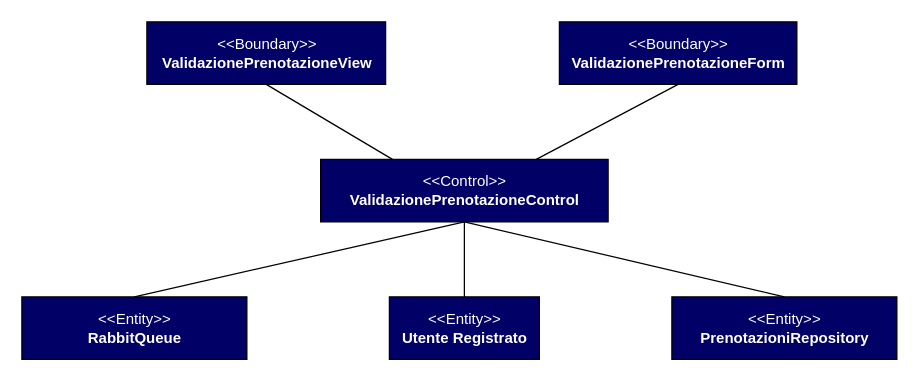
Above: Documenti/RAD/Object Model/Convalidazione Prenotazione/ConvalidaPrenotazione.drawio in Givaa/MedQueue (draw.io), before the change. Source tidied: cells renumbered, new cells numbered last; positions are measured from the earlier drawing's top-left corner, leaving out a move shared by most shapes. Both pictures are drawn from the tidied source at 125%, with x=0, y=0 at pixel (21, 21).
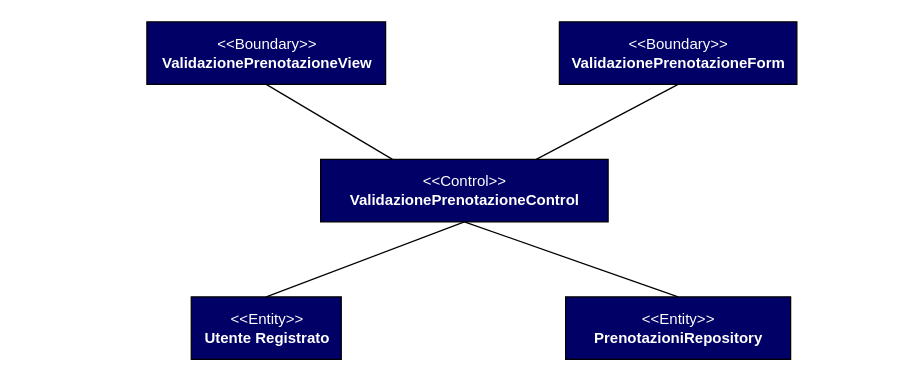
The same diagram, later.

The edit, as a diff of the source:
```diff
@@
 <mxGraphModel>
   <root>
     <mxCell id="0" />
     <mxCell id="1" parent="0" />
     <mxCell id="2" value="&lt;font color=&quot;#ffffff&quot;&gt;&amp;lt;&amp;lt;Entity&amp;gt;&amp;gt;&lt;br&gt;&lt;/font&gt;&lt;div&gt;&lt;b&gt;&lt;font color=&quot;#ffffff&quot;&gt;Utente Registrato&lt;/font&gt;&lt;/b&gt;&lt;br&gt;&lt;/div&gt;" style="html=1;fillColor=#000066;" parent="1" vertex="1">
-      <mxGeometry x="294" y="220" width="120" height="50" as="geometry" />
+      <mxGeometry x="135.5" y="220" width="120" height="50" as="geometry" />
     </mxCell>
     <mxCell id="3" value="&lt;font color=&quot;#ffffff&quot;&gt;&amp;lt;&amp;lt;Control&amp;gt;&amp;gt;&lt;br&gt;&lt;b&gt;Validazione&lt;span&gt;PrenotazioneControl&lt;/span&gt;&lt;/b&gt;&lt;/font&gt;" style="html=1;fillColor=#000066;" parent="1" vertex="1">
       <mxGeometry x="239" y="110" width="230" height="50" as="geometry" />
     </mxCell>
     <mxCell id="4" value="&lt;font color=&quot;#ffffff&quot;&gt;&amp;lt;&amp;lt;Boundary&amp;gt;&amp;gt;&lt;br&gt;&lt;/font&gt;&lt;div&gt;&lt;b&gt;&lt;font color=&quot;#ffffff&quot;&gt;ValidazionePrenotazioneView&lt;/font&gt;&lt;/b&gt;&lt;br&gt;&lt;/div&gt;" style="html=1;fillColor=#000066;" parent="1" vertex="1">
       <mxGeometry x="100" width="191" height="50" as="geometry" />
     </mxCell>
     <mxCell id="5" style="endArrow=none;html=1;entryX=0.5;entryY=1;entryDx=0;entryDy=0;exitX=0.5;exitY=0;exitDx=0;exitDy=0;" parent="1" edge="1" source="2" target="3">
       <mxGeometry relative="1" as="geometry" />
     </mxCell>
     <mxCell id="6" style="endArrow=none;html=1;entryX=0.5;entryY=1;entryDx=0;entryDy=0;exitX=0.25;exitY=0;exitDx=0;exitDy=0;" parent="1" edge="1" source="3" target="4">
       <mxGeometry relative="1" as="geometry" />
     </mxCell>
     <mxCell id="7" style="endArrow=none;html=1;exitX=0.75;exitY=0;exitDx=0;exitDy=0;entryX=0.5;entryY=1;entryDx=0;entryDy=0;" parent="1" edge="1" source="3" target="8">
       <mxGeometry relative="1" as="geometry" />
     </mxCell>
     <mxCell id="8" value="&lt;font color=&quot;#ffffff&quot;&gt;&amp;lt;&amp;lt;Boundary&amp;gt;&amp;gt;&lt;br&gt;&lt;/font&gt;&lt;div&gt;&lt;b&gt;&lt;font color=&quot;#ffffff&quot;&gt;ValidazionePrenotazioneForm&lt;/font&gt;&lt;/b&gt;&lt;br&gt;&lt;/div&gt;" style="html=1;fillColor=#000066;" parent="1" vertex="1">
       <mxGeometry x="430" width="190" height="50" as="geometry" />
     </mxCell>
     <mxCell id="9" style="endArrow=none;html=1;entryX=0.5;entryY=1;entryDx=0;entryDy=0;exitX=0.5;exitY=0;exitDx=0;exitDy=0;" parent="1" edge="1" source="10" target="3">
       <mxGeometry relative="1" as="geometry" />
     </mxCell>
     <mxCell id="10" value="&lt;font color=&quot;#ffffff&quot;&gt;&amp;lt;&amp;lt;Entity&amp;gt;&amp;gt;&lt;br&gt;&lt;/font&gt;&lt;div&gt;&lt;b&gt;&lt;font color=&quot;#ffffff&quot;&gt;PrenotazioniRepository&lt;/font&gt;&lt;/b&gt;&lt;br&gt;&lt;/div&gt;" style="html=1;fillColor=#000066;" parent="1" vertex="1">
-      <mxGeometry x="520" y="220" width="180" height="50" as="geometry" />
+      <mxGeometry x="435" y="220" width="180" height="50" as="geometry" />
     </mxCell>
-    <mxCell id="11" style="endArrow=none;html=1;entryX=0.5;entryY=1;entryDx=0;entryDy=0;exitX=0.5;exitY=0;exitDx=0;exitDy=0;" parent="1" edge="1" source="12" target="3">
-      <mxGeometry relative="1" as="geometry" />
-    </mxCell>
-    <mxCell id="12" value="&lt;font color=&quot;#ffffff&quot;&gt;&amp;lt;&amp;lt;Entity&amp;gt;&amp;gt;&lt;br&gt;&lt;/font&gt;&lt;div&gt;&lt;font color=&quot;#ffffff&quot;&gt;&lt;b&gt;RabbitQueue&lt;/b&gt;&lt;/font&gt;&lt;/div&gt;" style="html=1;fillColor=#000066;" parent="1" vertex="1">
-      <mxGeometry y="220" width="180" height="50" as="geometry" />
-    </mxCell>
   </root>
 </mxGraphModel>
```
